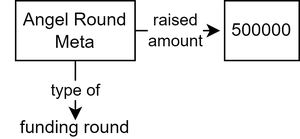
This is numeric.drawio.png from SilvesterYu/FinQA_Vis, a draw.io export, as it was before one commit. Source tidied: cells renumbered, new cells last; positions are measured from the earlier drawing's top-left corner, leaving out a move shared by most shapes. Its diagram source:
```xml
<mxGraphModel>
  <root>
    <mxCell id="0" />
    <mxCell id="1" parent="0" />
    <mxCell id="2" value="raised&lt;br&gt;amount" style="edgeStyle=orthogonalEdgeStyle;rounded=0;orthogonalLoop=1;jettySize=auto;html=1;exitX=1;exitY=0.5;exitDx=0;exitDy=0;entryX=0;entryY=0.5;entryDx=0;entryDy=0;" parent="1" edge="1">
      <mxGeometry relative="1" as="geometry">
        <mxPoint x="87" y="20" as="sourcePoint" />
        <mxPoint x="147" y="20" as="targetPoint" />
      </mxGeometry>
    </mxCell>
    <mxCell id="3" value="type of" style="edgeStyle=orthogonalEdgeStyle;rounded=0;jettySize=auto;html=1;exitX=0.5;exitY=1;exitDx=0;exitDy=0;entryX=0.5;entryY=0;entryDx=0;entryDy=0;" parent="1" edge="1" source="4" target="6">
      <mxGeometry relative="1" as="geometry" />
    </mxCell>
    <mxCell id="4" value="Angel Round Meta" style="rounded=0;whiteSpace=wrap;html=1;" parent="1" vertex="1">
      <mxGeometry x="10" width="80" height="40" as="geometry" />
    </mxCell>
    <mxCell id="5" value="500000" style="rounded=0;whiteSpace=wrap;html=1;" parent="1" vertex="1">
      <mxGeometry x="150" width="50" height="40" as="geometry" />
    </mxCell>
    <mxCell id="6" value="funding round" style="text;html=1;strokeColor=none;fillColor=none;align=center;verticalAlign=middle;whiteSpace=wrap;rounded=0;" parent="1" vertex="1">
      <mxGeometry y="80" width="100" height="10" as="geometry" />
    </mxCell>
  </root>
</mxGraphModel>
```
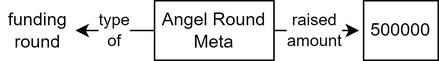
After the commit.

Diff of the diagram source:
```diff
@@ -8,7 +8,7 @@
         <mxPoint x="147" y="20" as="targetPoint" />
       </mxGeometry>
     </mxCell>
-    <mxCell id="3" value="type of" style="edgeStyle=orthogonalEdgeStyle;rounded=0;jettySize=auto;html=1;exitX=0.5;exitY=1;exitDx=0;exitDy=0;entryX=0.5;entryY=0;entryDx=0;entryDy=0;" parent="1" edge="1" source="4" target="6">
+    <mxCell id="3" value="type&lt;br&gt;of" style="edgeStyle=orthogonalEdgeStyle;rounded=0;jettySize=auto;html=1;exitX=0;exitY=0.5;exitDx=0;exitDy=0;entryX=1;entryY=0.5;entryDx=0;entryDy=0;" parent="1" edge="1" source="4" target="6">
       <mxGeometry relative="1" as="geometry" />
     </mxCell>
     <mxCell id="4" value="Angel Round Meta" style="rounded=0;whiteSpace=wrap;html=1;" parent="1" vertex="1">
@@ -17,8 +17,8 @@
     <mxCell id="5" value="500000" style="rounded=0;whiteSpace=wrap;html=1;" parent="1" vertex="1">
       <mxGeometry x="150" width="50" height="40" as="geometry" />
     </mxCell>
-    <mxCell id="6" value="funding round" style="text;html=1;strokeColor=none;fillColor=none;align=center;verticalAlign=middle;whiteSpace=wrap;rounded=0;" parent="1" vertex="1">
-      <mxGeometry y="80" width="100" height="10" as="geometry" />
+    <mxCell id="6" value="funding&lt;br&gt;round" style="text;html=1;strokeColor=none;fillColor=none;align=center;verticalAlign=middle;whiteSpace=wrap;rounded=0;" parent="1" vertex="1">
+      <mxGeometry x="-93" y="12.5" width="50" height="15" as="geometry" />
     </mxCell>
   </root>
 </mxGraphModel>
```
